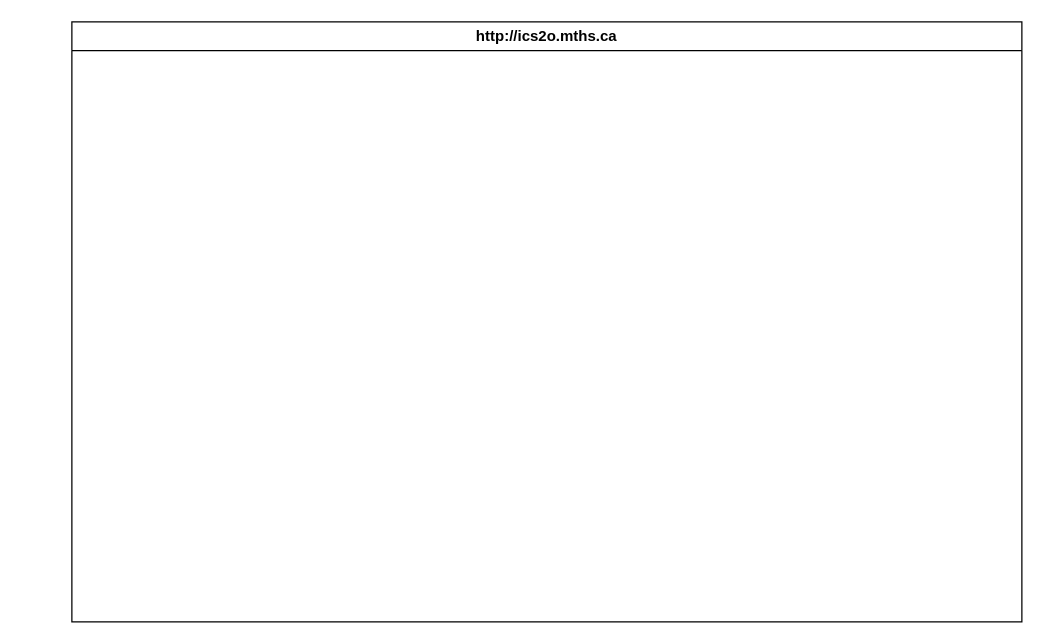
The draw.io diagram design/storyboard.drawio in MTHS-ICD2O-1-2023/ICD2O-Unit-3-04-pablo-fiallos-granados, before the edit. Source tidied: cells renumbered, new cells numbered last; positions are measured from the earlier drawing's top-left corner, leaving out a move shared by most shapes. Both pictures are drawn from the tidied source at 125%, with x=0, y=0 at pixel (71, 21).
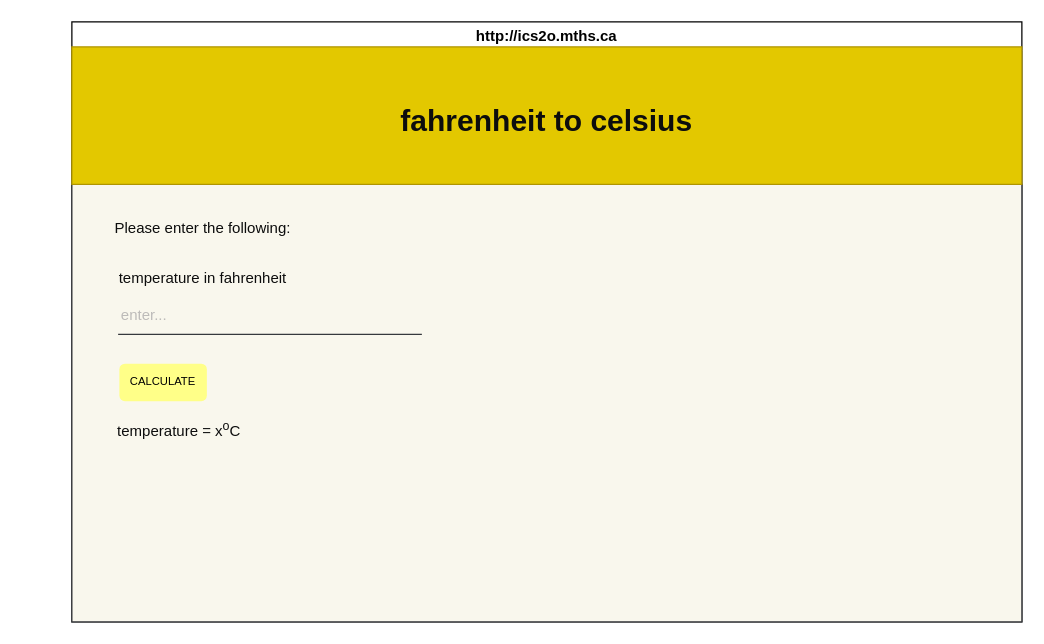
The same page after the edit.

The edit, as a diff of the source:
```diff
@@
 <mxGraphModel>
   <root>
     <mxCell id="0" />
     <mxCell id="1" parent="0" />
     <mxCell id="2" value="http://ics2o.mths.ca" style="swimlane;whiteSpace=wrap;html=1;" parent="1" vertex="1">
       <mxGeometry width="760" height="480" as="geometry" />
     </mxCell>
+    <mxCell id="3" style="rounded=0;whiteSpace=wrap;html=1;fillColor=#f9f7ed;strokeColor=#36393d;fontSize=9;" parent="2" vertex="1">
+      <mxGeometry y="130" width="760" height="350" as="geometry" />
+    </mxCell>
+    <mxCell id="4" value="Please enter the following:" style="text;html=1;strokeColor=none;fillColor=none;align=center;verticalAlign=middle;whiteSpace=wrap;rounded=0;fontColor=#0D0D0D;" parent="2" vertex="1">
+      <mxGeometry x="30" y="150" width="150" height="30" as="geometry" />
+    </mxCell>
+    <mxCell id="5" value="temperature in fahrenheit" style="text;html=1;strokeColor=none;fillColor=none;align=center;verticalAlign=middle;whiteSpace=wrap;rounded=0;fontColor=#0D0D0D;" parent="2" vertex="1">
+      <mxGeometry x="19" y="190" width="172" height="30" as="geometry" />
+    </mxCell>
+    <mxCell id="6" style="endArrow=none;html=1;fontColor=#0D0D0D;jumpSize=5;fillColor=#eeeeee;strokeColor=#36393d;" parent="2" edge="1">
+      <mxGeometry relative="1" as="geometry">
+        <mxPoint x="37" y="250" as="sourcePoint" />
+        <mxPoint x="280" y="250" as="targetPoint" />
+      </mxGeometry>
+    </mxCell>
+    <mxCell id="7" value="enter..." style="text;html=1;strokeColor=none;fillColor=none;align=center;verticalAlign=middle;whiteSpace=wrap;rounded=0;fontColor=#BDBBB9;" parent="2" vertex="1">
+      <mxGeometry x="28" y="220" width="60" height="30" as="geometry" />
+    </mxCell>
+    <mxCell id="8" style="whiteSpace=wrap;html=1;fillColor=#e3c800;fontColor=#000000;strokeColor=#B09500;" parent="2" vertex="1">
+      <mxGeometry y="20" width="760" height="110" as="geometry" />
+    </mxCell>
+    <mxCell id="9" value="&lt;font color=&quot;#000000&quot; style=&quot;font-size: 9px;&quot;&gt;CALCULATE&lt;/font&gt;" style="rounded=1;whiteSpace=wrap;html=1;fillColor=#ffff88;strokeColor=none;fontSize=9;" parent="2" vertex="1">
+      <mxGeometry x="38" y="273.4" width="70" height="30" as="geometry" />
+    </mxCell>
+    <mxCell id="10" value="temperature = x&lt;sup&gt;o&lt;/sup&gt;C&lt;sup&gt;&lt;br&gt;&amp;nbsp;&amp;nbsp;&lt;/sup&gt;" style="text;html=1;strokeColor=none;fillColor=none;align=center;verticalAlign=middle;whiteSpace=wrap;rounded=0;fontColor=#0D0D0D;" parent="2" vertex="1">
+      <mxGeometry x="-40" y="320" width="252" height="30" as="geometry" />
+    </mxCell>
+    <mxCell id="11" value="&lt;h1&gt;&lt;font color=&quot;#0d0d0d&quot;&gt;fahrenheit to celsius&lt;/font&gt;&lt;br&gt;&lt;/h1&gt;" style="text;html=1;strokeColor=none;fillColor=none;align=center;verticalAlign=middle;whiteSpace=wrap;rounded=0;" parent="1" vertex="1">
+      <mxGeometry x="160" y="20" width="440" height="120" as="geometry" />
+    </mxCell>
   </root>
 </mxGraphModel>
```
